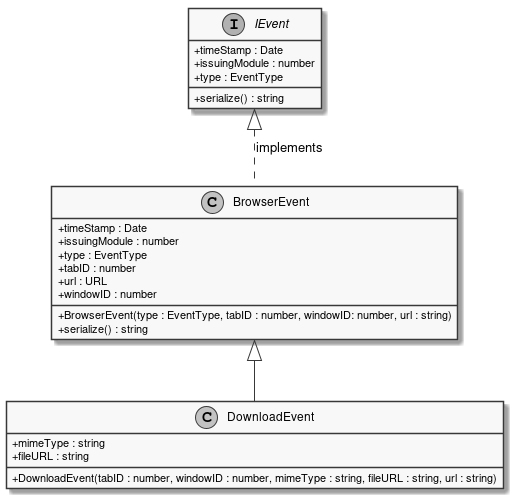
This is documents/sd/resources/Classes/BrowserExtension/Listeners/DownloadEvent.png from insightmind/MORR, a PlantUML export, as it was before one commit.
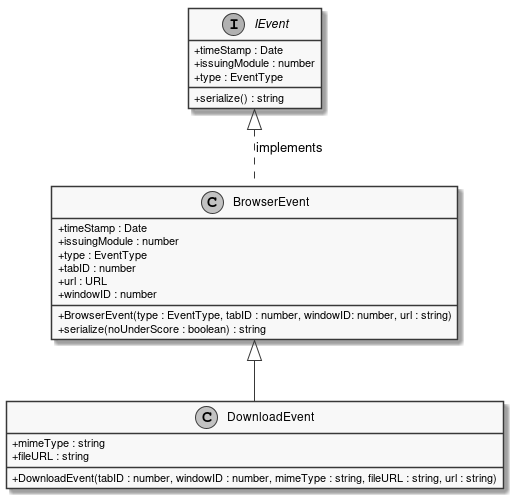
Above is the later version.

The edit, as a diff of the source:
```diff
@@ -20,9 +20,9 @@
     + timeStamp : Date
     + issuingModule : number
     + type : EventType
-    + serialize() : string
     + tabID : number
     + url : URL
     + windowID : number
+    + serialize(noUnderScore : boolean) : string
 }
 @enduml
```
